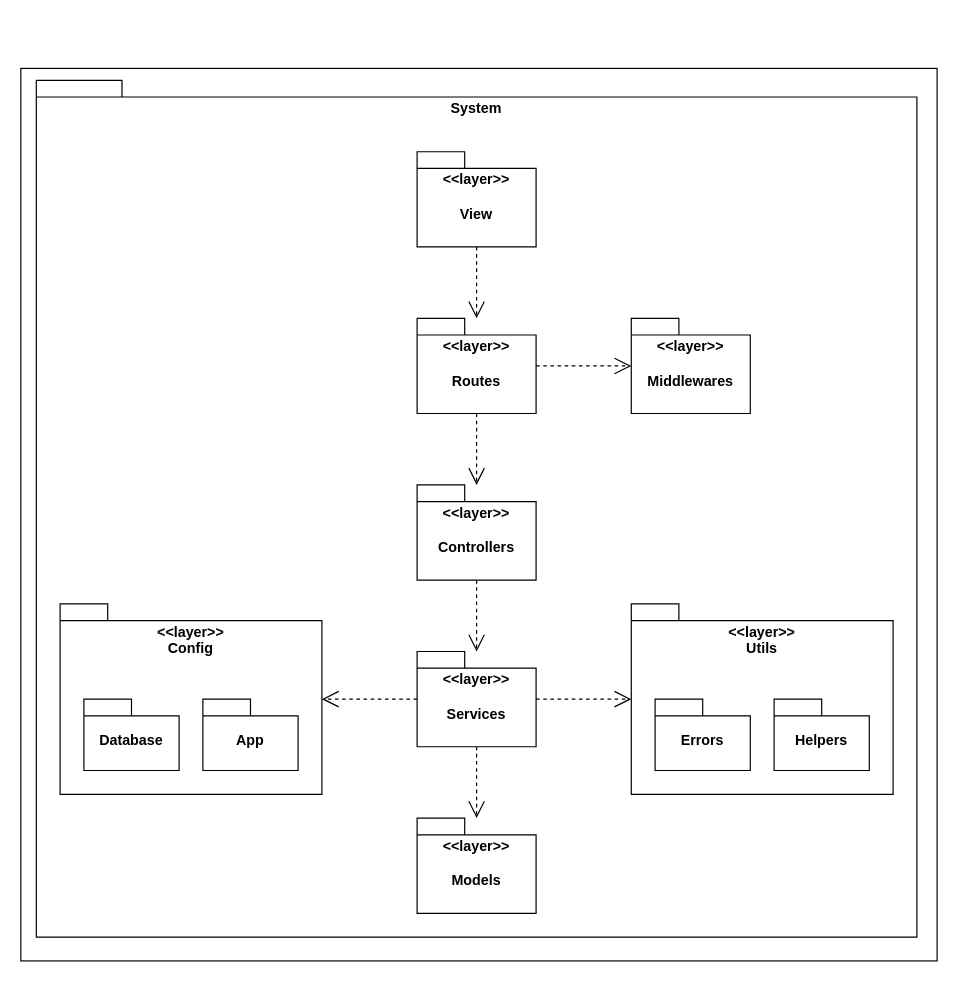
This is Editaveis/Arquitetura.drawio from guilhermelcosta/proj-soft-tp-1, a draw.io file, before an edit. Source tidied: cells renumbered, new cells numbered last; positions are measured from the earlier drawing's top-left corner, leaving out a move shared by most shapes. Both pictures are drawn from the tidied source at 119%, with x=0, y=0 at pixel (20, 68).
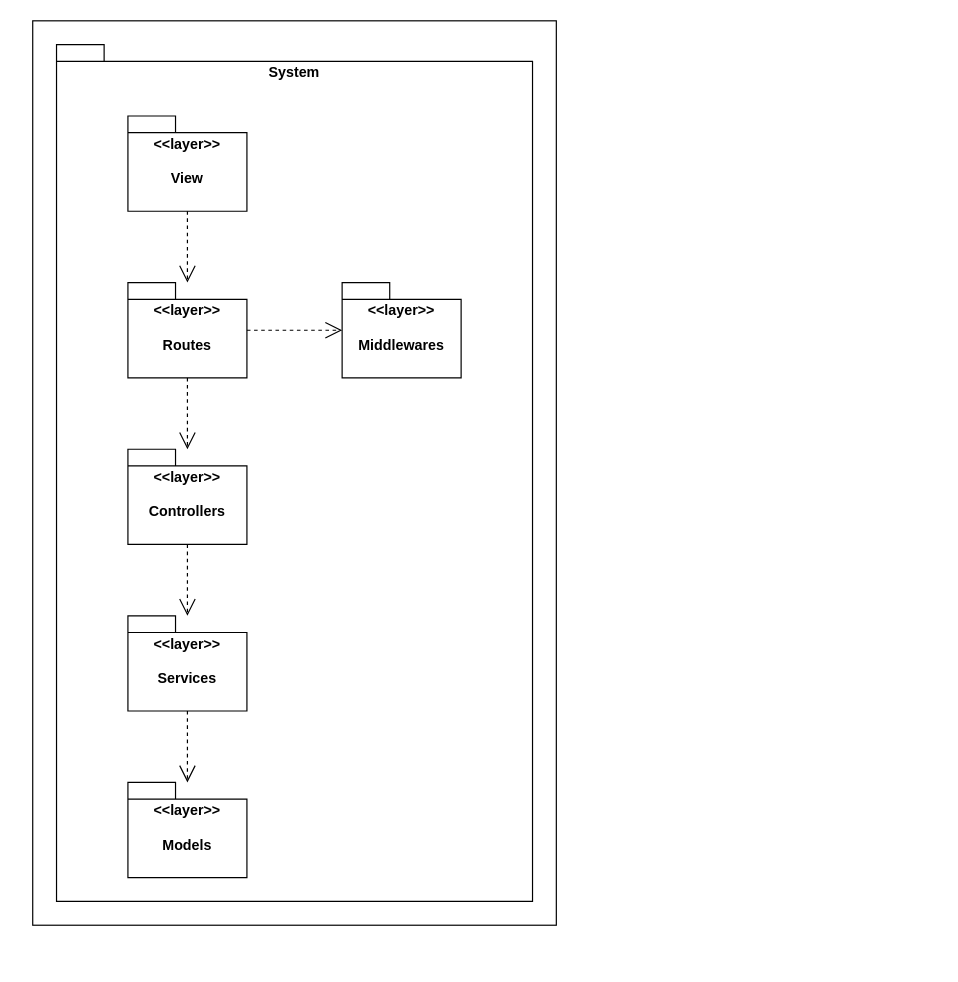
The same diagram, later.

Commit message:
Editável atualizado do diagrama de arquitetura

What changed in the source:
```diff
@@
+    <mxCell id="27" style="group;" parent="1" vertex="1">
+      <mxGeometry x="10" y="-40" width="440" height="760" as="geometry" />
+    </mxCell>
-    <mxCell id="2" style="rounded=0;whiteSpace=wrap;html=1;" parent="1" vertex="1">
-      <mxGeometry width="770" height="750" as="geometry" />
+    <mxCell id="2" style="rounded=0;whiteSpace=wrap;html=1;" parent="27" vertex="1">
+      <mxGeometry width="440" height="760" as="geometry" />
     </mxCell>
-    <mxCell id="3" style="group;" parent="1" vertex="1">
-      <mxGeometry x="13" y="10" width="740" height="720" as="geometry" />
-    </mxCell>
-    <mxCell id="4" value="System" style="shape=folder;fontStyle=1;spacingTop=10;tabWidth=40;tabHeight=14;tabPosition=left;html=1;whiteSpace=wrap;verticalAlign=top;" parent="3" vertex="1">
-      <mxGeometry width="740" height="720" as="geometry" />
+    <mxCell id="4" value="System" style="shape=folder;fontStyle=1;spacingTop=10;tabWidth=40;tabHeight=14;tabPosition=left;html=1;whiteSpace=wrap;verticalAlign=top;" parent="27" vertex="1">
+      <mxGeometry x="20" y="20" width="400" height="720" as="geometry" />
     </mxCell>
-    <mxCell id="5" style="group;" parent="3" vertex="1">
-      <mxGeometry x="20" y="60" width="700" height="640" as="geometry" />
-    </mxCell>
-    <mxCell id="6" value="&amp;lt;&amp;lt;layer&amp;gt;&amp;gt;&lt;div&gt;&lt;span style=&quot;background-color: initial;&quot;&gt;&lt;br&gt;&lt;/span&gt;&lt;/div&gt;&lt;div&gt;&lt;span style=&quot;background-color: initial;&quot;&gt;View&lt;/span&gt;&lt;/div&gt;" style="shape=folder;fontStyle=1;spacingTop=10;tabWidth=40;tabHeight=14;tabPosition=left;html=1;whiteSpace=wrap;horizontal=1;verticalAlign=top;" parent="5" vertex="1">
-      <mxGeometry x="300" width="100" height="80" as="geometry" />
+    <mxCell id="6" value="&amp;lt;&amp;lt;layer&amp;gt;&amp;gt;&lt;div&gt;&lt;span style=&quot;background-color: initial;&quot;&gt;&lt;br&gt;&lt;/span&gt;&lt;/div&gt;&lt;div&gt;&lt;span style=&quot;background-color: initial;&quot;&gt;View&lt;/span&gt;&lt;/div&gt;" style="shape=folder;fontStyle=1;spacingTop=10;tabWidth=40;tabHeight=14;tabPosition=left;html=1;whiteSpace=wrap;horizontal=1;verticalAlign=top;" parent="27" vertex="1">
+      <mxGeometry x="80" y="80" width="100" height="80" as="geometry" />
     </mxCell>
-    <mxCell id="7" value="&amp;lt;&amp;lt;layer&amp;gt;&amp;gt;&lt;div&gt;&lt;br&gt;&lt;div&gt;Controllers&lt;/div&gt;&lt;/div&gt;" style="shape=folder;fontStyle=1;spacingTop=10;tabWidth=40;tabHeight=14;tabPosition=left;html=1;whiteSpace=wrap;horizontal=1;verticalAlign=top;" parent="5" vertex="1">
-      <mxGeometry x="300" y="280" width="100" height="80" as="geometry" />
+    <mxCell id="7" value="&amp;lt;&amp;lt;layer&amp;gt;&amp;gt;&lt;div&gt;&lt;br&gt;&lt;div&gt;Controllers&lt;/div&gt;&lt;/div&gt;" style="shape=folder;fontStyle=1;spacingTop=10;tabWidth=40;tabHeight=14;tabPosition=left;html=1;whiteSpace=wrap;horizontal=1;verticalAlign=top;" parent="27" vertex="1">
+      <mxGeometry x="80" y="360" width="100" height="80" as="geometry" />
     </mxCell>
-    <mxCell id="8" value="&amp;lt;&amp;lt;layer&amp;gt;&amp;gt;&lt;div&gt;&lt;br&gt;&lt;div&gt;Models&lt;/div&gt;&lt;/div&gt;" style="shape=folder;fontStyle=1;spacingTop=10;tabWidth=40;tabHeight=14;tabPosition=left;html=1;whiteSpace=wrap;verticalAlign=top;" parent="5" vertex="1">
-      <mxGeometry x="300" y="560" width="100" height="80" as="geometry" />
+    <mxCell id="8" value="&amp;lt;&amp;lt;layer&amp;gt;&amp;gt;&lt;div&gt;&lt;br&gt;&lt;div&gt;Models&lt;/div&gt;&lt;/div&gt;" style="shape=folder;fontStyle=1;spacingTop=10;tabWidth=40;tabHeight=14;tabPosition=left;html=1;whiteSpace=wrap;verticalAlign=top;" parent="27" vertex="1">
+      <mxGeometry x="80" y="640" width="100" height="80" as="geometry" />
     </mxCell>
-    <mxCell id="9" style="endArrow=open;endFill=1;endSize=12;html=1;rounded=0;dashed=1;" parent="5" edge="1" source="12" target="7">
+    <mxCell id="9" style="endArrow=open;endFill=1;endSize=12;html=1;rounded=0;dashed=1;" parent="27" edge="1" source="12" target="7">
       <mxGeometry relative="1" as="geometry" />
     </mxCell>
-    <mxCell id="10" style="endArrow=open;endFill=1;endSize=12;html=1;rounded=0;dashed=1;" parent="5" edge="1" source="16" target="8">
+    <mxCell id="10" style="endArrow=open;endFill=1;endSize=12;html=1;rounded=0;dashed=1;" parent="27" edge="1" source="16" target="8">
       <mxGeometry relative="1" as="geometry" />
     </mxCell>
-    <mxCell id="11" style="endArrow=open;endFill=1;endSize=12;html=1;rounded=0;dashed=1;" parent="5" edge="1" source="6" target="12">
+    <mxCell id="11" style="endArrow=open;endFill=1;endSize=12;html=1;rounded=0;dashed=1;" parent="27" edge="1" source="6" target="12">
       <mxGeometry relative="1" as="geometry" />
     </mxCell>
-    <mxCell id="12" value="&amp;lt;&amp;lt;layer&amp;gt;&amp;gt;&lt;div&gt;&lt;br&gt;&lt;/div&gt;&lt;div&gt;Routes&lt;/div&gt;" style="shape=folder;fontStyle=1;spacingTop=10;tabWidth=40;tabHeight=14;tabPosition=left;html=1;whiteSpace=wrap;horizontal=1;verticalAlign=top;" parent="5" vertex="1">
-      <mxGeometry x="300" y="140" width="100" height="80" as="geometry" />
+    <mxCell id="12" value="&amp;lt;&amp;lt;layer&amp;gt;&amp;gt;&lt;div&gt;&lt;br&gt;&lt;/div&gt;&lt;div&gt;Routes&lt;/div&gt;" style="shape=folder;fontStyle=1;spacingTop=10;tabWidth=40;tabHeight=14;tabPosition=left;html=1;whiteSpace=wrap;horizontal=1;verticalAlign=top;" parent="27" vertex="1">
+      <mxGeometry x="80" y="220" width="100" height="80" as="geometry" />
     </mxCell>
-    <mxCell id="13" value="&amp;lt;&amp;lt;layer&amp;gt;&amp;gt;&lt;div&gt;&lt;br&gt;&lt;div&gt;Middlewares&lt;/div&gt;&lt;/div&gt;" style="shape=folder;fontStyle=1;spacingTop=10;tabWidth=40;tabHeight=14;tabPosition=left;html=1;whiteSpace=wrap;verticalAlign=top;" parent="5" vertex="1">
-      <mxGeometry x="480" y="140" width="100" height="80" as="geometry" />
+    <mxCell id="13" value="&amp;lt;&amp;lt;layer&amp;gt;&amp;gt;&lt;div&gt;&lt;br&gt;&lt;div&gt;Middlewares&lt;/div&gt;&lt;/div&gt;" style="shape=folder;fontStyle=1;spacingTop=10;tabWidth=40;tabHeight=14;tabPosition=left;html=1;whiteSpace=wrap;verticalAlign=top;" parent="27" vertex="1">
+      <mxGeometry x="260" y="220" width="100" height="80" as="geometry" />
     </mxCell>
-    <mxCell id="14" style="endArrow=open;endFill=1;endSize=12;html=1;rounded=0;dashed=1;" parent="5" edge="1" source="12" target="13">
+    <mxCell id="14" style="endArrow=open;endFill=1;endSize=12;html=1;rounded=0;dashed=1;" parent="27" edge="1" source="12" target="13">
       <mxGeometry relative="1" as="geometry" />
     </mxCell>
-    <mxCell id="15" style="endArrow=open;endFill=1;endSize=12;html=1;rounded=0;dashed=1;" parent="5" edge="1" source="7" target="16">
+    <mxCell id="15" style="endArrow=open;endFill=1;endSize=12;html=1;rounded=0;dashed=1;" parent="27" edge="1" source="7" target="16">
       <mxGeometry relative="1" as="geometry" />
     </mxCell>
-    <mxCell id="16" value="&amp;lt;&amp;lt;layer&amp;gt;&amp;gt;&lt;div&gt;&lt;br&gt;&lt;div&gt;Services&lt;/div&gt;&lt;/div&gt;" style="shape=folder;fontStyle=1;spacingTop=10;tabWidth=40;tabHeight=14;tabPosition=left;html=1;whiteSpace=wrap;horizontal=1;verticalAlign=top;" parent="5" vertex="1">
-      <mxGeometry x="300" y="420" width="100" height="80" as="geometry" />
+    <mxCell id="16" value="&amp;lt;&amp;lt;layer&amp;gt;&amp;gt;&lt;div&gt;&lt;br&gt;&lt;div&gt;Services&lt;/div&gt;&lt;/div&gt;" style="shape=folder;fontStyle=1;spacingTop=10;tabWidth=40;tabHeight=14;tabPosition=left;html=1;whiteSpace=wrap;horizontal=1;verticalAlign=top;" parent="27" vertex="1">
+      <mxGeometry x="80" y="500" width="100" height="80" as="geometry" />
     </mxCell>
-    <mxCell id="17" style="endArrow=open;endFill=1;endSize=12;html=1;rounded=0;dashed=1;" parent="5" edge="1" source="16" target="24">
-      <mxGeometry relative="1" as="geometry" />
-    </mxCell>
-    <mxCell id="18" style="endArrow=open;endFill=1;endSize=12;html=1;rounded=0;dashed=1;" parent="5" edge="1" source="16" target="20">
-      <mxGeometry relative="1" as="geometry" />
-    </mxCell>
-    <mxCell id="19" style="group;" parent="5" vertex="1">
-      <mxGeometry x="480" y="380" width="220" height="160" as="geometry" />
-    </mxCell>
-    <mxCell id="20" value="&amp;lt;&amp;lt;layer&amp;gt;&amp;gt;&lt;div&gt;&lt;div&gt;Utils&lt;/div&gt;&lt;/div&gt;" style="shape=folder;fontStyle=1;spacingTop=10;tabWidth=40;tabHeight=14;tabPosition=left;html=1;whiteSpace=wrap;verticalAlign=top;" parent="19" vertex="1">
-      <mxGeometry width="220" height="160" as="geometry" />
-    </mxCell>
-    <mxCell id="21" value="&lt;span style=&quot;background-color: initial;&quot;&gt;Errors&lt;/span&gt;" style="shape=folder;fontStyle=1;spacingTop=10;tabWidth=40;tabHeight=14;tabPosition=left;html=1;whiteSpace=wrap;verticalAlign=middle;" parent="19" vertex="1">
-      <mxGeometry x="20" y="80" width="80" height="60" as="geometry" />
-    </mxCell>
-    <mxCell id="22" value="&lt;span style=&quot;background-color: initial;&quot;&gt;Helpers&lt;/span&gt;" style="shape=folder;fontStyle=1;spacingTop=10;tabWidth=40;tabHeight=14;tabPosition=left;html=1;whiteSpace=wrap;verticalAlign=middle;" parent="19" vertex="1">
-      <mxGeometry x="120" y="80" width="80" height="60" as="geometry" />
-    </mxCell>
-    <mxCell id="23" style="group;" parent="5" vertex="1">
-      <mxGeometry y="380" width="220" height="160" as="geometry" />
-    </mxCell>
-    <mxCell id="24" value="&amp;lt;&amp;lt;layer&amp;gt;&amp;gt;&lt;div&gt;&lt;div&gt;Config&lt;/div&gt;&lt;/div&gt;" style="shape=folder;fontStyle=1;spacingTop=10;tabWidth=40;tabHeight=14;tabPosition=left;html=1;whiteSpace=wrap;verticalAlign=top;" parent="23" vertex="1">
-      <mxGeometry width="220" height="160" as="geometry" />
-    </mxCell>
-    <mxCell id="25" value="&lt;span style=&quot;background-color: initial;&quot;&gt;Database&lt;/span&gt;" style="shape=folder;fontStyle=1;spacingTop=10;tabWidth=40;tabHeight=14;tabPosition=left;html=1;whiteSpace=wrap;verticalAlign=middle;" parent="23" vertex="1">
-      <mxGeometry x="20" y="80" width="80" height="60" as="geometry" />
-    </mxCell>
-    <mxCell id="26" value="&lt;span style=&quot;background-color: initial;&quot;&gt;App&lt;/span&gt;" style="shape=folder;fontStyle=1;spacingTop=10;tabWidth=40;tabHeight=14;tabPosition=left;html=1;whiteSpace=wrap;verticalAlign=middle;" parent="23" vertex="1">
-      <mxGeometry x="120" y="80" width="80" height="60" as="geometry" />
-    </mxCell>
```
